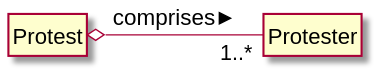
This is out/classmodelling/class/composition.svg from UNEsestudio/cosc220-sync-lectures, a PlantUML export, as it was before one commit. The source it was exported from:
```plantuml
@startuml composition
hide circle
hide members
skinparam defaultFontSize 16

Protest o- "1..*" Protester : comprises >
@enduml
```
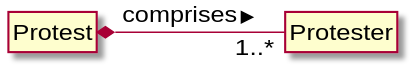
The same diagram one commit later.

Commit message:
Fix bug where composition and aggregation arrows were wrong

What changed in the source:
```diff
@@ -3,5 +3,5 @@
 hide members
 skinparam defaultFontSize 16
 
-Protest o- "1..*" Protester : comprises >
+Protest *- "1..*" Protester : comprises >
 @enduml
```
